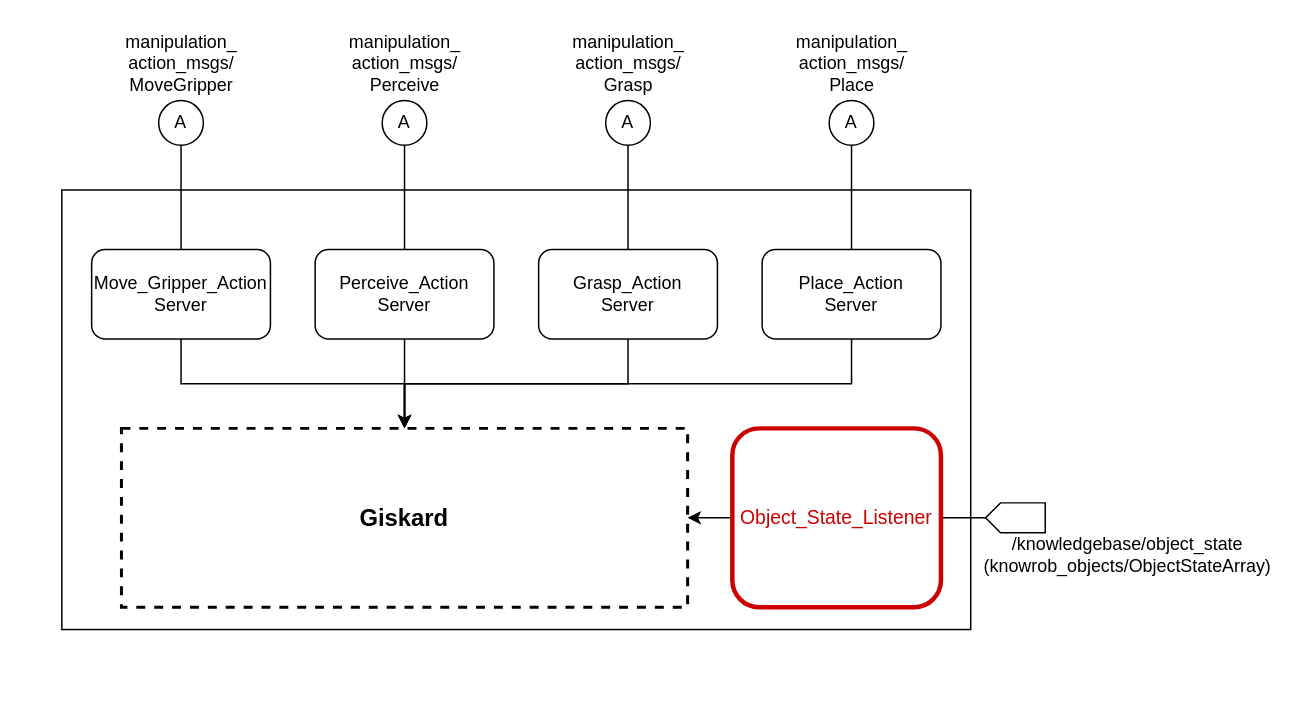
The draw.io diagram architecture/manipulation_architecture/Manipulation Architecture.drawio in SUTURO/suturo_resources, before the edit. Source tidied: cells renumbered, new cells numbered last; positions are measured from the earlier drawing's top-left corner, leaving out a move shared by most shapes. Both pictures are drawn from the tidied source at 149%, with x=0, y=0 at pixel (61, 25).
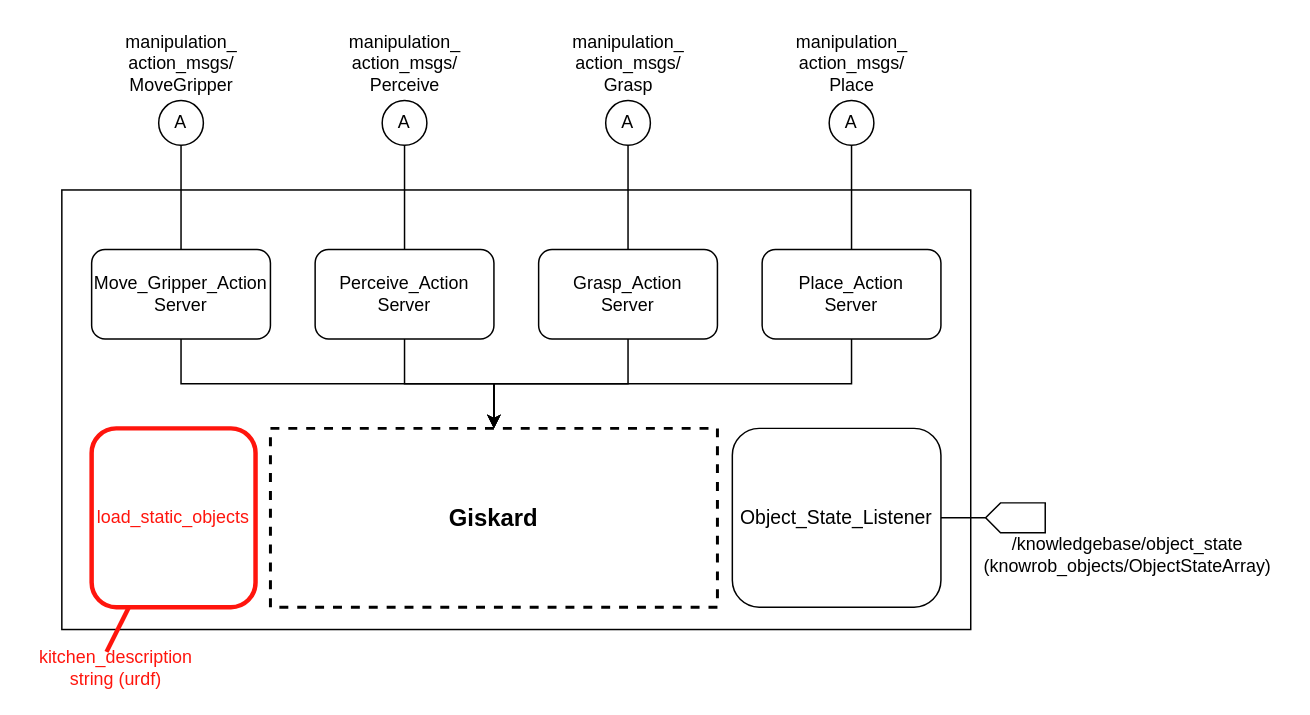
Above is the later version.

Commit message (it also covers changes not shown here):
Update Meniulation Architecture

The change refers to these unchanged cells:
```xml
<mxCell id="9" value="&lt;div&gt;Move_Gripper_Action&lt;/div&gt;&lt;div&gt;Server&lt;br&gt;&lt;/div&gt;" style="rounded=1;whiteSpace=wrap;html=1;strokeColor=#000000;strokeWidth=1;fontColor=#000000;" parent="1" vertex="1">
  <mxGeometry x="20" y="150" width="120" height="60" as="geometry" />
</mxCell>
<mxCell id="12" value="&lt;div&gt;Grasp_Action&lt;/div&gt;Server" style="rounded=1;whiteSpace=wrap;html=1;strokeColor=#000000;strokeWidth=1;fontColor=#000000;" parent="1" vertex="1">
  <mxGeometry x="320" y="150" width="120" height="60" as="geometry" />
</mxCell>
<mxCell id="18" value="&lt;div&gt;Place_Action&lt;/div&gt;Server" style="rounded=1;whiteSpace=wrap;html=1;strokeColor=#000000;strokeWidth=1;fontColor=#000000;" parent="1" vertex="1">
  <mxGeometry x="470" y="150" width="120" height="60" as="geometry" />
</mxCell>
```

The edit, as a diff of the source:
```diff
@@
     <mxCell id="3" value="&lt;b&gt;&lt;font style=&quot;font-size: 16px&quot;&gt;Giskard&lt;/font&gt;&lt;/b&gt;" style="rounded=0;whiteSpace=wrap;html=1;strokeWidth=2;dashed=1;" parent="1" vertex="1">
-      <mxGeometry x="40" y="270" width="380" height="120" as="geometry" />
+      <mxGeometry x="140" y="270" width="300" height="120" as="geometry" />
     </mxCell>
-    <mxCell id="4" style="edgeStyle=orthogonalEdgeStyle;rounded=0;jettySize=auto;html=1;fontColor=#000000;" parent="1" edge="1" source="6" target="3">
-      <mxGeometry relative="1" as="geometry" />
-    </mxCell>
@@
-    <mxCell id="6" value="&lt;font style=&quot;font-size: 13px&quot;&gt;Object_State_Listener&lt;/font&gt;" style="rounded=1;whiteSpace=wrap;html=1;strokeColor=#CC0000;strokeWidth=3;fontColor=#CC0000;" parent="1" vertex="1">
+    <mxCell id="6" value="&lt;font style=&quot;font-size: 13px&quot;&gt;Object_State_Listener&lt;/font&gt;" style="rounded=1;whiteSpace=wrap;html=1;strokeColor=#000000;strokeWidth=1;fontColor=#000000;" parent="1" vertex="1">
       <mxGeometry x="450" y="270" width="140" height="120" as="geometry" />
     </mxCell>
     <mxCell id="7" style="edgeStyle=orthogonalEdgeStyle;rounded=0;jettySize=auto;html=1;fontColor=#000000;" parent="1" edge="1" source="9" target="3">
       <mxGeometry relative="1" as="geometry">
         <Array as="points">
           <mxPoint x="80" y="240" />
-          <mxPoint x="230" y="240" />
+          <mxPoint x="290" y="240" />
         </Array>
       </mxGeometry>
     </mxCell>
@@
     <mxCell id="10" style="edgeStyle=orthogonalEdgeStyle;rounded=0;jettySize=auto;html=1;fontColor=#000000;" parent="1" edge="1" source="12" target="3">
       <mxGeometry relative="1" as="geometry">
         <Array as="points">
           <mxPoint x="380" y="240" />
-          <mxPoint x="230" y="240" />
+          <mxPoint x="290" y="240" />
         </Array>
       </mxGeometry>
     </mxCell>
@@
     <mxCell id="16" style="edgeStyle=orthogonalEdgeStyle;rounded=0;jettySize=auto;html=1;fontColor=#000000;entryX=0.5;entryY=0;entryDx=0;entryDy=0;" parent="1" edge="1" source="18" target="3">
       <mxGeometry relative="1" as="geometry">
         <Array as="points">
           <mxPoint x="530" y="240" />
-          <mxPoint x="230" y="240" />
+          <mxPoint x="290" y="240" />
         </Array>
       </mxGeometry>
     </mxCell>
@@
+    <mxCell id="30" value="&lt;font color=&quot;#FF150D&quot;&gt;load_static_objects&lt;/font&gt;" style="rounded=1;whiteSpace=wrap;html=1;strokeColor=#FF150D;strokeWidth=3;fontColor=#000000;" parent="1" vertex="1">
+      <mxGeometry x="20" y="270" width="110" height="120" as="geometry" />
+    </mxCell>
+    <mxCell id="31" style="endArrow=none;html=1;fontColor=#000000;strokeColor=#FF150D;strokeWidth=3;" parent="1" edge="1" target="30">
+      <mxGeometry relative="1" as="geometry">
+        <mxPoint x="30" y="420" as="sourcePoint" />
+      </mxGeometry>
+    </mxCell>
+    <mxCell id="32" value="&lt;div&gt;kitchen_description&lt;/div&gt;&lt;div&gt;string (urdf)&lt;br&gt;&lt;/div&gt;" style="text;html=1;align=center;verticalAlign=middle;fontColor=#FF150D;" parent="1" vertex="1">
+      <mxGeometry x="-24" y="416" width="120" height="30" as="geometry" />
+    </mxCell>
```
